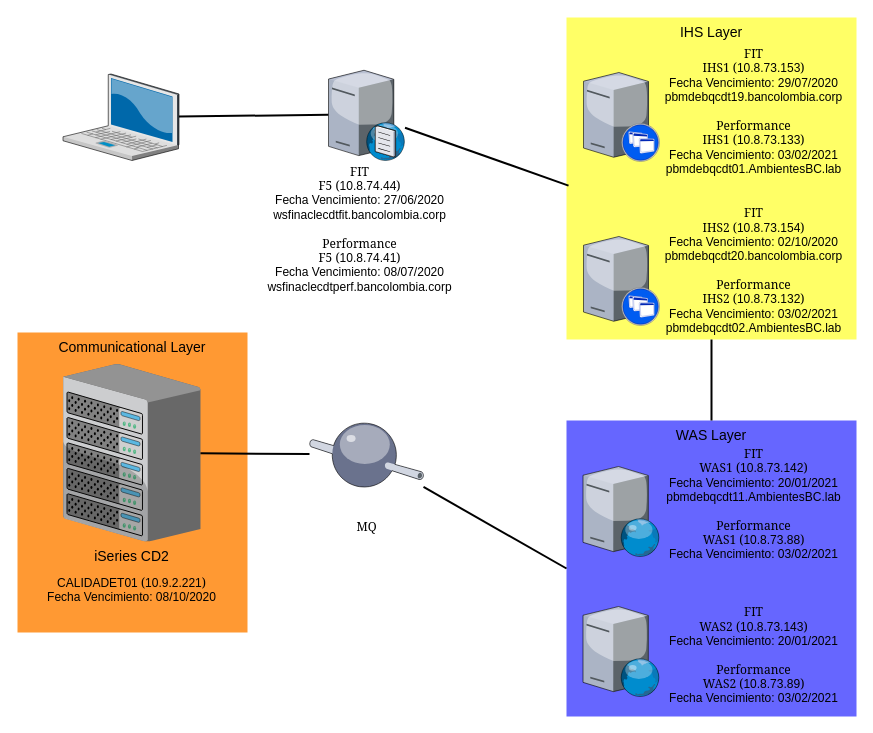
This is page "Page-3" (2 of 3) of Untitled Diagram.drawio from jamapilo/platzi, a draw.io file, before an edit. Source tidied: cells renumbered, new cells numbered last; positions are measured from the earlier drawing's top-left corner, leaving out a move shared by most shapes. Both pictures are drawn from the tidied source at 100%, with x=0, y=0 at pixel (17, 17).
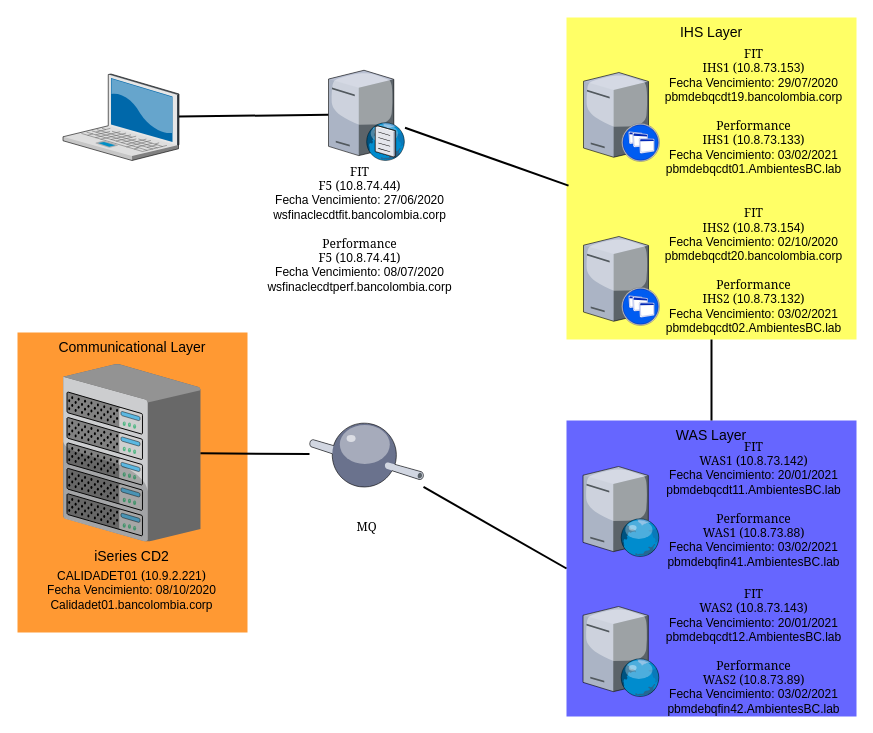
Above is the later version.

What changed in the source:
```diff
@@
-    <mxCell id="17" value="&lt;font face=&quot;Georgia&quot;&gt;FIT&lt;br&gt;WAS1 (&lt;/font&gt;10.8.73.142&lt;font face=&quot;Georgia&quot;&gt;)&lt;br&gt;&lt;/font&gt;&lt;span&gt;Fecha Vencimiento:&amp;nbsp;&lt;/span&gt;&lt;span title=&quot;20/01/2021&quot;&gt;20/01/2021&lt;br&gt;pbmdebqcdt11.AmbientesBC.lab&lt;br&gt;&lt;/span&gt;&lt;br&gt;&lt;font face=&quot;Georgia&quot;&gt;Performance&lt;br&gt;WAS1 (&lt;/font&gt;10.8.73.88&lt;font face=&quot;Georgia&quot;&gt;)&lt;br&gt;&lt;/font&gt;Fecha Vencimiento:&amp;nbsp;&lt;span title=&quot;03/02/2021&quot;&gt;03/02/2021&lt;/span&gt;&lt;br&gt;&lt;br&gt;" style="text;html=1;strokeColor=none;fillColor=none;align=center;verticalAlign=middle;whiteSpace=wrap;rounded=0;" parent="1" vertex="1">
+    <mxCell id="17" value="&lt;font face=&quot;Georgia&quot;&gt;FIT&lt;br&gt;WAS1 (&lt;/font&gt;10.8.73.142&lt;font face=&quot;Georgia&quot;&gt;)&lt;br&gt;&lt;/font&gt;&lt;span&gt;Fecha Vencimiento:&amp;nbsp;&lt;/span&gt;&lt;span title=&quot;20/01/2021&quot;&gt;20/01/2021&lt;br&gt;pbmdebqcdt11.AmbientesBC.lab&lt;br&gt;&lt;/span&gt;&lt;br&gt;&lt;font face=&quot;Georgia&quot;&gt;Performance&lt;br&gt;WAS1 (&lt;/font&gt;10.8.73.88&lt;font face=&quot;Georgia&quot;&gt;)&lt;br&gt;&lt;/font&gt;Fecha Vencimiento:&amp;nbsp;&lt;span title=&quot;03/02/2021&quot;&gt;03/02/2021&lt;br&gt;&lt;/span&gt;pbmdebqfin41.AmbientesBC.lab&lt;br&gt;&lt;br&gt;" style="text;html=1;strokeColor=none;fillColor=none;align=center;verticalAlign=middle;whiteSpace=wrap;rounded=0;" parent="1" vertex="1">
       <mxGeometry x="644" y="465" width="185" height="58" as="geometry" />
     </mxCell>
-    <mxCell id="18" value="&lt;font face=&quot;Georgia&quot;&gt;FIT&lt;br&gt;WAS2 (&lt;/font&gt;10.8.73.143&lt;font face=&quot;Georgia&quot;&gt;)&lt;br&gt;&lt;/font&gt;&lt;span&gt;Fecha Vencimiento:&amp;nbsp;&lt;/span&gt;&lt;span title=&quot;20/01/2021&quot;&gt;20/01/2021&lt;br&gt;&lt;/span&gt;&lt;br&gt;&lt;font face=&quot;Georgia&quot;&gt;Performance&lt;br&gt;WAS2 (&lt;/font&gt;10.8.73.89&lt;font face=&quot;Georgia&quot;&gt;)&lt;br&gt;&lt;/font&gt;Fecha Vencimiento:&amp;nbsp;&lt;span title=&quot;03/02/2021&quot;&gt;03/02/2021&lt;/span&gt;&lt;br&gt;" style="text;html=1;strokeColor=none;fillColor=none;align=center;verticalAlign=middle;whiteSpace=wrap;rounded=0;" parent="1" vertex="1">
-      <mxGeometry x="644" y="609" width="185" height="58" as="geometry" />
+    <mxCell id="18" value="&lt;font face=&quot;Georgia&quot;&gt;FIT&lt;br&gt;WAS2 (&lt;/font&gt;10.8.73.143&lt;font face=&quot;Georgia&quot;&gt;)&lt;br&gt;&lt;/font&gt;&lt;span&gt;Fecha Vencimiento:&amp;nbsp;&lt;/span&gt;&lt;span title=&quot;20/01/2021&quot;&gt;20/01/2021&lt;br&gt;pbmdebqcdt12.AmbientesBC.lab&lt;br&gt;&lt;/span&gt;&lt;br&gt;&lt;font face=&quot;Georgia&quot;&gt;Performance&lt;br&gt;WAS2 (&lt;/font&gt;10.8.73.89&lt;font face=&quot;Georgia&quot;&gt;)&lt;br&gt;&lt;/font&gt;Fecha Vencimiento:&amp;nbsp;&lt;span title=&quot;03/02/2021&quot;&gt;03/02/2021&lt;br&gt;&lt;/span&gt;pbmdebqfin42.AmbientesBC.lab&lt;br&gt;" style="text;html=1;strokeColor=none;fillColor=none;align=center;verticalAlign=middle;whiteSpace=wrap;rounded=0;" parent="1" vertex="1">
+      <mxGeometry x="644" y="605" width="185" height="58" as="geometry" />
     </mxCell>
@@
-    <mxCell id="24" value="CALIDADET01&lt;font face=&quot;Georgia&quot;&gt;&amp;nbsp;(&lt;/font&gt;10.9.2.221&lt;font face=&quot;Georgia&quot;&gt;)&lt;br&gt;&lt;/font&gt;&lt;span&gt;Fecha Vencimiento:&amp;nbsp;&lt;/span&gt;&lt;span title=&quot;08/10/2020&quot;&gt;08/10/2020&lt;/span&gt;&lt;br&gt;&lt;br&gt;" style="text;html=1;strokeColor=none;fillColor=none;align=center;verticalAlign=middle;whiteSpace=wrap;rounded=0;" parent="1" vertex="1">
+    <mxCell id="24" value="CALIDADET01&lt;font face=&quot;Georgia&quot;&gt;&amp;nbsp;(&lt;/font&gt;10.9.2.221&lt;font face=&quot;Georgia&quot;&gt;)&lt;br&gt;&lt;/font&gt;&lt;span&gt;Fecha Vencimiento:&amp;nbsp;&lt;/span&gt;&lt;span title=&quot;08/10/2020&quot;&gt;08/10/2020&lt;br&gt;&lt;/span&gt;Calidadet01.bancolombia.corp&lt;br&gt;&lt;br&gt;" style="text;html=1;strokeColor=none;fillColor=none;align=center;verticalAlign=middle;whiteSpace=wrap;rounded=0;" parent="1" vertex="1">
       <mxGeometry x="22" y="551" width="185" height="58" as="geometry" />
     </mxCell>
```
